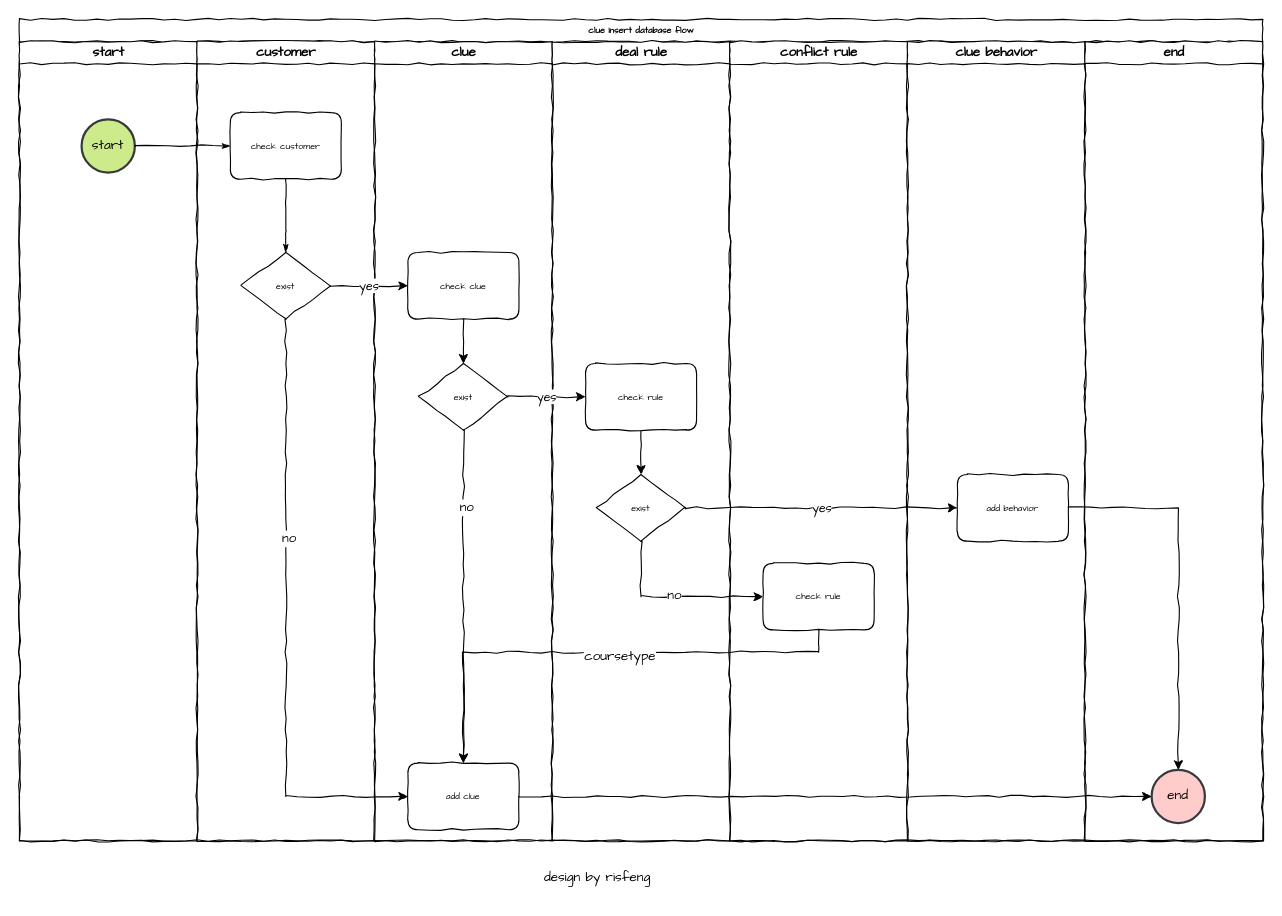
The draw.io diagram draw.io/clue-process-flow-chart.drawio in risfeng/resources, before the edit. Source tidied: cells renumbered, new cells numbered last; positions are measured from the earlier drawing's top-left corner, leaving out a move shared by most shapes. Both pictures are drawn from the tidied source at 111%, with x=0, y=0 at pixel (19, 19).
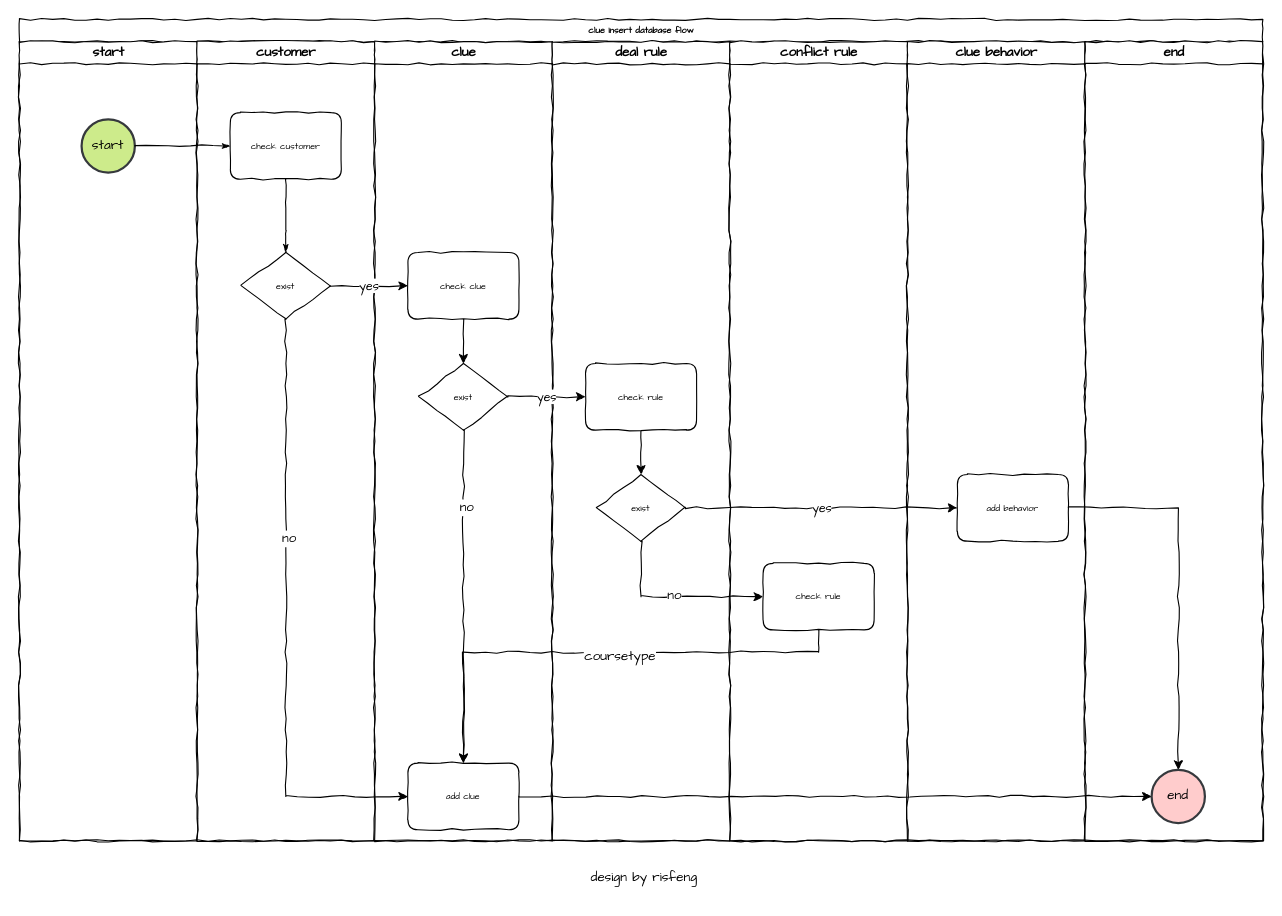
After the change.

Change to the diagram source:
```diff
@@
-    <mxCell id="38" value="&lt;h1&gt;&lt;span style=&quot;font-weight: normal&quot;&gt;&lt;font style=&quot;font-size: 12px&quot;&gt;design by risfeng&lt;/font&gt;&lt;/span&gt;&lt;/h1&gt;" style="text;html=1;strokeColor=none;fillColor=none;spacing=5;spacingTop=-20;whiteSpace=wrap;overflow=hidden;rounded=0;comic=1;fontFamily=Comic Sans MS;" parent="1" vertex="1">
+    <mxCell id="38" value="&lt;h1&gt;&lt;span style=&quot;font-weight: normal&quot;&gt;&lt;font style=&quot;font-size: 12px&quot;&gt;design by risfeng&lt;/font&gt;&lt;/span&gt;&lt;/h1&gt;" style="text;html=1;strokeColor=none;fillColor=none;spacing=5;spacingTop=-20;whiteSpace=wrap;overflow=hidden;rounded=0;comic=1;fontFamily=Comic Sans MS;align=center;" parent="1" vertex="1">
       <mxGeometry x="467.5" y="750" width="190" height="40" as="geometry" />
     </mxCell>
```
